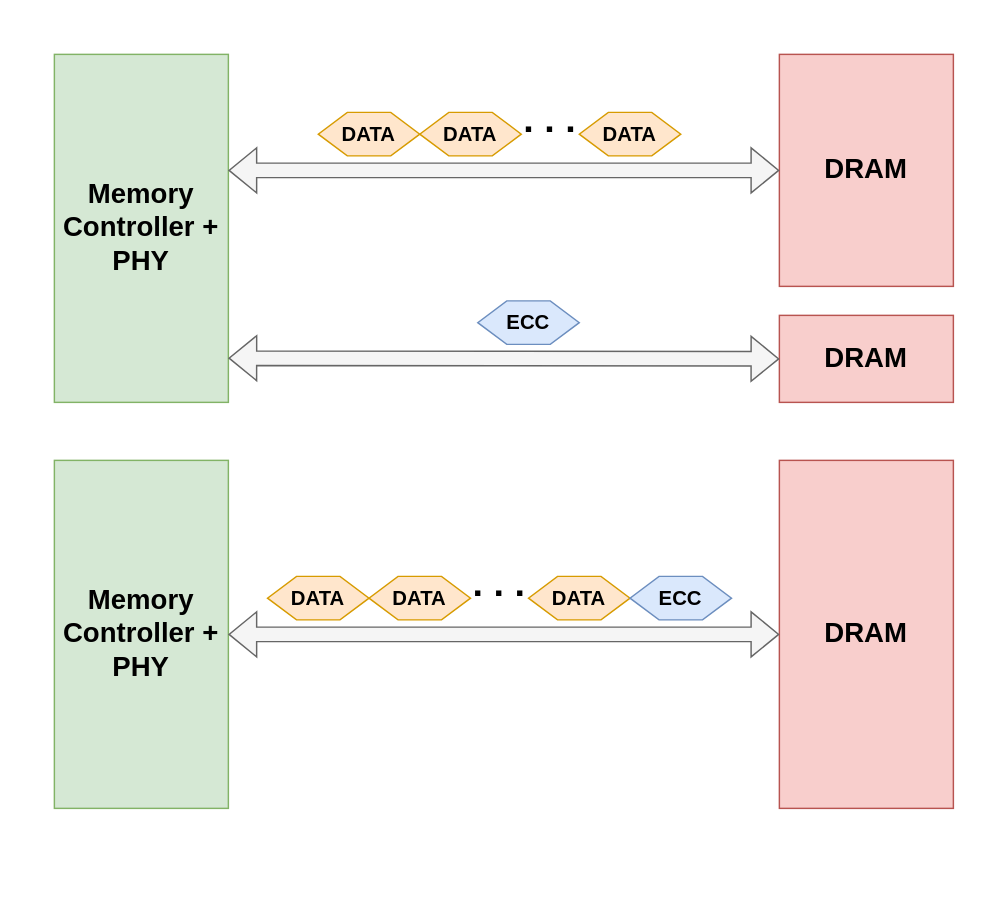
shingaridavesh/memoryandarchitecture keeps this draw.io diagram as docs/images/ecc/inlinesidebankecc.drawio. Above is the earlier version. Source tidied: cells renumbered, new cells numbered last; positions are measured from the earlier drawing's top-left corner, leaving out a move shared by most shapes. Both pictures are drawn from the tidied source at 145%, with x=0, y=0 at pixel (54, 54).
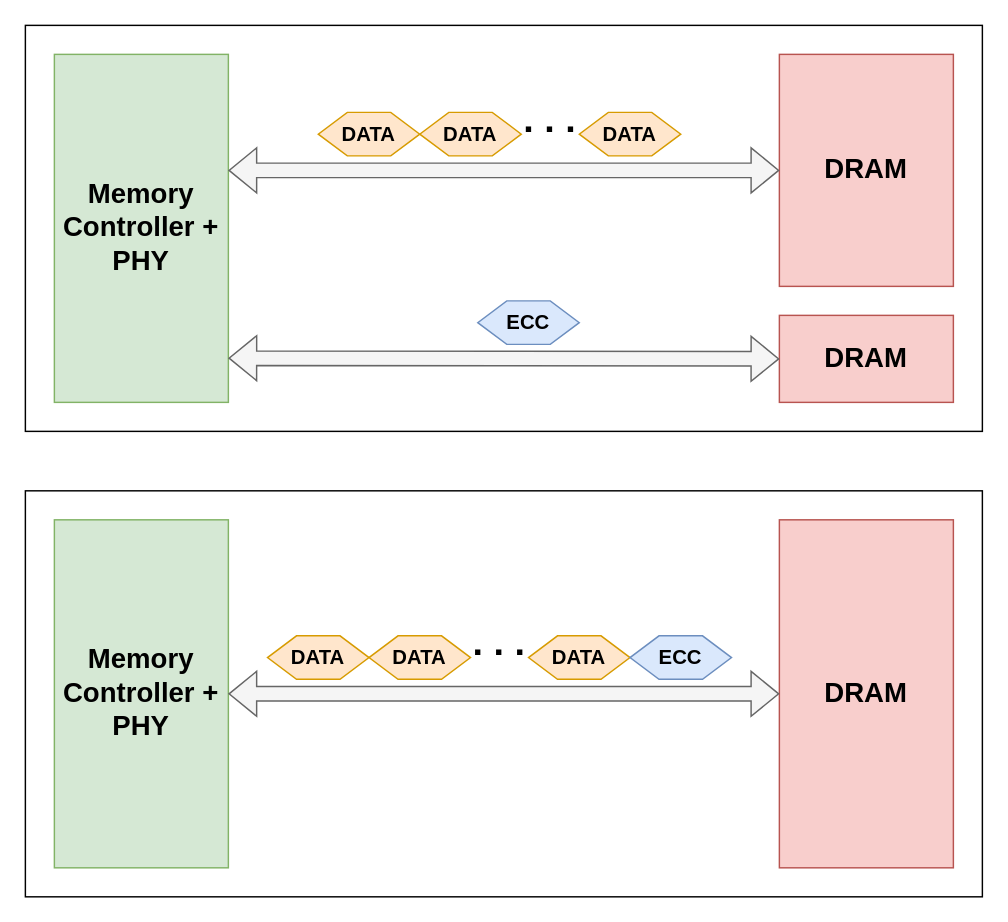
Above is the later version.

What changed in the source:
```diff
@@
+    <mxCell id="20" style="rounded=0;whiteSpace=wrap;html=1;" parent="1" vertex="1">
+      <mxGeometry x="-20" y="301" width="660" height="280" as="geometry" />
+    </mxCell>
+    <mxCell id="21" style="rounded=0;whiteSpace=wrap;html=1;" parent="1" vertex="1">
+      <mxGeometry x="-20" y="-20" width="660" height="280" as="geometry" />
+    </mxCell>
@@
     <mxCell id="12" value="Memory Controller + PHY" style="rounded=0;whiteSpace=wrap;html=1;fillColor=#d5e8d4;strokeColor=#82b366;fontSize=19;fontStyle=1;" parent="1" vertex="1">
-      <mxGeometry y="280" width="120" height="240" as="geometry" />
+      <mxGeometry y="321" width="120" height="240" as="geometry" />
     </mxCell>
     <mxCell id="13" value="DRAM" style="rounded=0;whiteSpace=wrap;html=1;fillColor=#f8cecc;strokeColor=#b85450;fontSize=19;fontStyle=1;" parent="1" vertex="1">
-      <mxGeometry x="500" y="280" width="120" height="240" as="geometry" />
+      <mxGeometry x="500" y="321" width="120" height="240" as="geometry" />
     </mxCell>
@@
     <mxCell id="15" value="DATA" style="shape=hexagon;perimeter=hexagonPerimeter2;whiteSpace=wrap;html=1;fixedSize=1;fillColor=#ffe6cc;strokeColor=#d79b00;fontSize=14;fontStyle=1;" parent="1" vertex="1">
-      <mxGeometry x="147" y="360" width="70" height="30" as="geometry" />
+      <mxGeometry x="147" y="401" width="70" height="30" as="geometry" />
     </mxCell>
     <mxCell id="16" value="DATA" style="shape=hexagon;perimeter=hexagonPerimeter2;whiteSpace=wrap;html=1;fixedSize=1;fillColor=#ffe6cc;strokeColor=#d79b00;fontSize=14;fontStyle=1;" parent="1" vertex="1">
-      <mxGeometry x="217" y="360" width="70" height="30" as="geometry" />
+      <mxGeometry x="217" y="401" width="70" height="30" as="geometry" />
     </mxCell>
     <mxCell id="17" value="DATA" style="shape=hexagon;perimeter=hexagonPerimeter2;whiteSpace=wrap;html=1;fixedSize=1;fillColor=#ffe6cc;strokeColor=#d79b00;fontSize=14;fontStyle=1;" parent="1" vertex="1">
-      <mxGeometry x="327" y="360" width="70" height="30" as="geometry" />
+      <mxGeometry x="327" y="401" width="70" height="30" as="geometry" />
     </mxCell>
     <mxCell id="18" value=". . ." style="text;html=1;align=center;verticalAlign=middle;whiteSpace=wrap;rounded=0;fontSize=26;fontStyle=1;" parent="1" vertex="1">
-      <mxGeometry x="277" y="350" width="60" height="30" as="geometry" />
+      <mxGeometry x="277" y="391" width="60" height="30" as="geometry" />
     </mxCell>
     <mxCell id="19" value="ECC" style="shape=hexagon;perimeter=hexagonPerimeter2;whiteSpace=wrap;html=1;fixedSize=1;fillColor=#dae8fc;strokeColor=#6c8ebf;fontSize=14;fontStyle=1;" parent="1" vertex="1">
-      <mxGeometry x="397" y="360" width="70" height="30" as="geometry" />
+      <mxGeometry x="397" y="401" width="70" height="30" as="geometry" />
     </mxCell>
```
